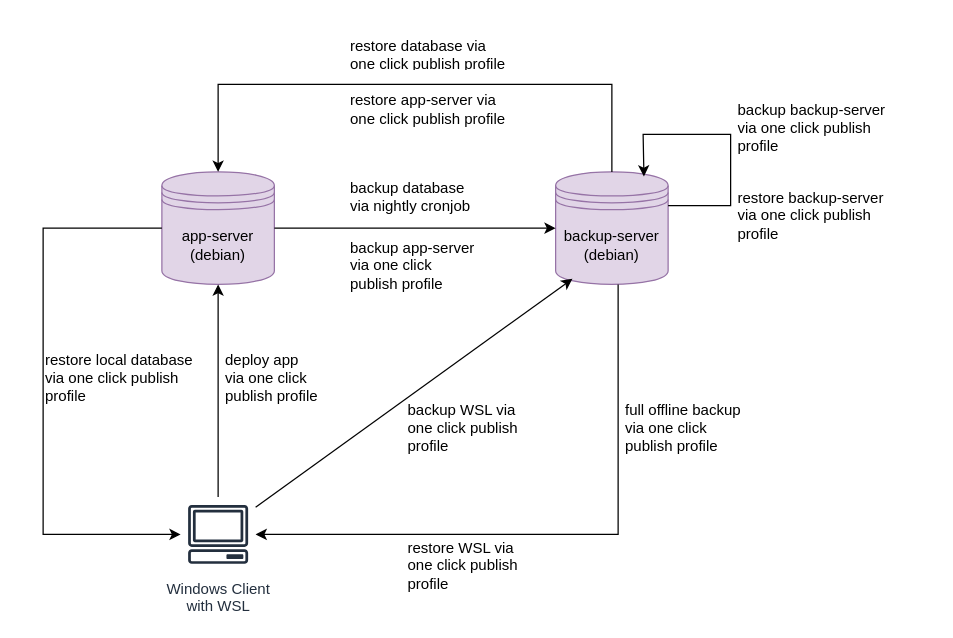
Before: page "server-setup" (5 of 5) of _images/architecture.drawio in gartenkralle/geolocation-services-doc, a draw.io diagram. Source tidied: cells renumbered, new cells numbered last; positions are measured from the earlier drawing's top-left corner, leaving out a move shared by most shapes. Both pictures are drawn from the tidied source at 125%, with x=0, y=0 at pixel (42, 34).
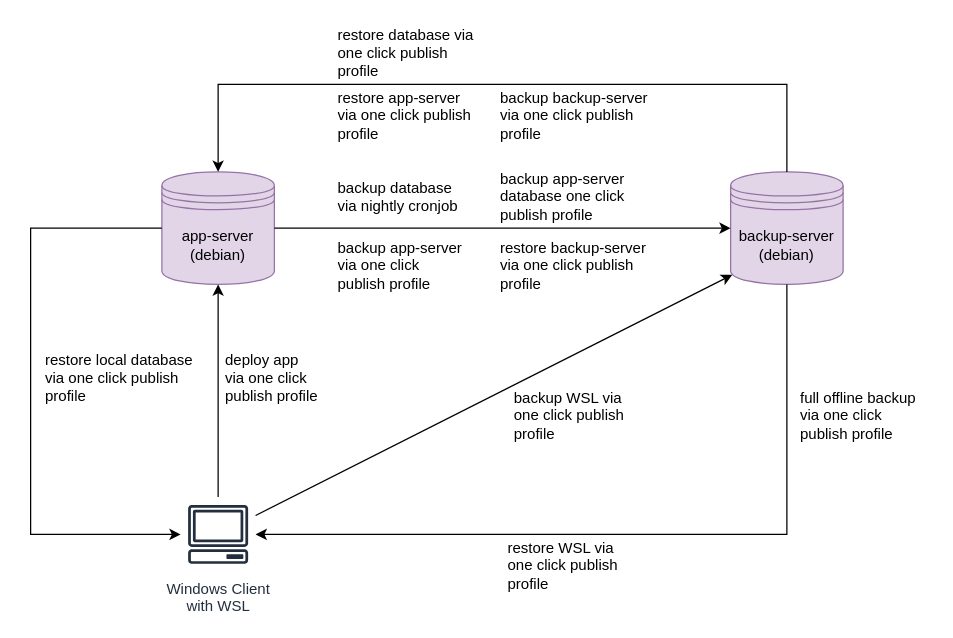
The same diagram, later.

The change refers to these unchanged cells:
```xml
<mxCell id="2" value="app-server (debian)" style="shape=datastore;whiteSpace=wrap;html=1;fillColor=#e1d5e7;strokeColor=#9673a6;" parent="1" vertex="1">
  <mxGeometry x="95" y="110" width="90" height="90" as="geometry" />
</mxCell>
<mxCell id="4" value="Windows Client&lt;div&gt;with&lt;span style=&quot;background-color: initial;&quot;&gt;&amp;nbsp;WSL&lt;/span&gt;&lt;/div&gt;" style="sketch=0;outlineConnect=0;fontColor=#232F3E;gradientColor=none;strokeColor=#232F3E;fillColor=#ffffff;dashed=0;verticalLabelPosition=bottom;verticalAlign=top;align=center;html=1;fontSize=12;fontStyle=0;shape=mxgraph.aws4.resourceIcon;resIcon=mxgraph.aws4.client;" parent="1" vertex="1">
  <mxGeometry x="110" y="370" width="60" height="60" as="geometry" />
</mxCell>
```

The edit, as a diff of the source:
```diff
@@
     <mxCell id="3" value="backup-server (debian)" style="shape=datastore;whiteSpace=wrap;html=1;labelBackgroundColor=none;fillColor=#e1d5e7;strokeColor=#9673a6;" parent="1" vertex="1">
-      <mxGeometry x="410" y="110" width="90" height="90" as="geometry" />
+      <mxGeometry x="550" y="110" width="90" height="90" as="geometry" />
     </mxCell>
@@
-    <mxCell id="7" style="endArrow=classic;html=1;rounded=0;entryX=0.15;entryY=0.95;entryDx=0;entryDy=0;entryPerimeter=0;" parent="1" edge="1" source="4" target="3">
+    <mxCell id="7" style="endArrow=classic;html=1;rounded=0;entryX=0.015;entryY=0.915;entryDx=0;entryDy=0;entryPerimeter=0;" parent="1" edge="1" source="4" target="3">
       <mxGeometry relative="1" as="geometry" />
     </mxCell>
-    <mxCell id="8" style="endArrow=classic;html=1;rounded=0;" parent="1" edge="1" target="4">
+    <mxCell id="8" style="endArrow=classic;html=1;rounded=0;exitX=0.5;exitY=1;exitDx=0;exitDy=0;" parent="1" edge="1" source="3" target="4">
       <mxGeometry relative="1" as="geometry">
-        <mxPoint x="460" y="200" as="sourcePoint" />
         <Array as="points">
-          <mxPoint x="460" y="400" />
+          <mxPoint x="595" y="400" />
         </Array>
       </mxGeometry>
     </mxCell>
@@
     <mxCell id="10" value="backup database via nightly cronjob" style="text;strokeColor=none;fillColor=none;align=left;verticalAlign=middle;spacingLeft=4;spacingRight=4;overflow=hidden;whiteSpace=wrap;html=1;" parent="1" vertex="1">
-      <mxGeometry x="240" y="110" width="110" height="40" as="geometry" />
+      <mxGeometry x="230" y="110" width="110" height="40" as="geometry" />
     </mxCell>
     <mxCell id="11" value="restore WSL via one click publish profile" style="text;html=1;align=left;verticalAlign=middle;whiteSpace=wrap;rounded=0;" parent="1" vertex="1">
-      <mxGeometry x="290" y="410" width="110" height="30" as="geometry" />
+      <mxGeometry x="370" y="410" width="110" height="30" as="geometry" />
     </mxCell>
     <mxCell id="12" value="backup WSL via one click publish profile" style="text;html=1;align=left;verticalAlign=middle;whiteSpace=wrap;rounded=0;" parent="1" vertex="1">
-      <mxGeometry x="290" y="300" width="110" height="30" as="geometry" />
+      <mxGeometry x="375" y="290" width="110" height="30" as="geometry" />
     </mxCell>
@@
     <mxCell id="14" style="endArrow=classic;html=1;rounded=0;entryX=0.5;entryY=0;entryDx=0;entryDy=0;exitX=0.5;exitY=0;exitDx=0;exitDy=0;" parent="1" edge="1" source="3" target="2">
       <mxGeometry relative="1" as="geometry">
         <Array as="points">
+          <mxPoint x="595" y="40" />
           <mxPoint x="455" y="40" />
           <mxPoint x="140" y="40" />
         </Array>
       </mxGeometry>
     </mxCell>
     <mxCell id="15" value="restore app-server via one click publish profile" style="text;strokeColor=none;fillColor=none;align=left;verticalAlign=middle;spacingLeft=4;spacingRight=4;overflow=hidden;whiteSpace=wrap;html=1;" parent="1" vertex="1">
-      <mxGeometry x="240" y="40" width="140" height="40" as="geometry" />
+      <mxGeometry x="230" y="40" width="120" height="50" as="geometry" />
     </mxCell>
-    <mxCell id="16" style="endArrow=classic;html=1;rounded=0;entryX=0.785;entryY=0.041;entryDx=0;entryDy=0;entryPerimeter=0;exitX=1;exitY=0.3;exitDx=0;exitDy=0;" parent="1" edge="1" source="3" target="3">
-      <mxGeometry relative="1" as="geometry">
-        <Array as="points">
-          <mxPoint x="550" y="137" />
-          <mxPoint x="550" y="110" />
-          <mxPoint x="550" y="80" />
-          <mxPoint x="480" y="80" />
-        </Array>
-      </mxGeometry>
-    </mxCell>
     <mxCell id="17" value="backup backup-server&amp;nbsp;&lt;div&gt;&lt;span style=&quot;background-color: initial;&quot;&gt;via one click publish profile&lt;/span&gt;&lt;/div&gt;" style="text;strokeColor=none;fillColor=none;align=left;verticalAlign=middle;spacingLeft=4;spacingRight=4;overflow=hidden;whiteSpace=wrap;html=1;" parent="1" vertex="1">
-      <mxGeometry x="550" y="50" width="140" height="50" as="geometry" />
+      <mxGeometry x="360" y="40" width="140" height="50" as="geometry" />
     </mxCell>
     <mxCell id="18" style="endArrow=classic;html=1;rounded=0;exitX=0;exitY=0.5;exitDx=0;exitDy=0;" parent="1" edge="1" source="2" target="4">
       <mxGeometry relative="1" as="geometry">
         <Array as="points">
-          <mxPoint y="155" />
-          <mxPoint y="400" />
+          <mxPoint x="-10" y="155" />
+          <mxPoint x="-10" y="400" />
         </Array>
       </mxGeometry>
     </mxCell>
     <mxCell id="19" value="backup app-server via one click publish profile" style="text;strokeColor=none;fillColor=none;align=left;verticalAlign=middle;spacingLeft=4;spacingRight=4;overflow=hidden;whiteSpace=wrap;html=1;" parent="1" vertex="1">
-      <mxGeometry x="240" y="160" width="110" height="50" as="geometry" />
+      <mxGeometry x="230" y="160" width="110" height="50" as="geometry" />
     </mxCell>
     <mxCell id="20" value="restore database via one click publish profile" style="text;strokeColor=none;fillColor=none;align=left;verticalAlign=middle;spacingLeft=4;spacingRight=4;overflow=hidden;whiteSpace=wrap;html=1;" parent="1" vertex="1">
-      <mxGeometry x="240" width="140" height="30" as="geometry" />
+      <mxGeometry x="230" y="-10" width="130" height="50" as="geometry" />
     </mxCell>
     <mxCell id="21" value="restore backup-server&amp;nbsp;&lt;div&gt;&lt;span style=&quot;background-color: initial;&quot;&gt;via one click publish profile&lt;/span&gt;&lt;/div&gt;" style="text;strokeColor=none;fillColor=none;align=left;verticalAlign=middle;spacingLeft=4;spacingRight=4;overflow=hidden;whiteSpace=wrap;html=1;" parent="1" vertex="1">
-      <mxGeometry x="550" y="120" width="140" height="50" as="geometry" />
+      <mxGeometry x="360" y="160" width="140" height="50" as="geometry" />
     </mxCell>
     <mxCell id="22" value="full offline backup via one click publish profile" style="text;strokeColor=none;fillColor=none;align=left;verticalAlign=middle;spacingLeft=4;spacingRight=4;overflow=hidden;whiteSpace=wrap;html=1;" parent="1" vertex="1">
-      <mxGeometry x="460" y="285" width="110" height="60" as="geometry" />
+      <mxGeometry x="600" y="275" width="110" height="60" as="geometry" />
     </mxCell>
+    <mxCell id="23" value="backup app-server database one click publish profile" style="text;strokeColor=none;fillColor=none;align=left;verticalAlign=middle;spacingLeft=4;spacingRight=4;overflow=hidden;whiteSpace=wrap;html=1;" parent="1" vertex="1">
+      <mxGeometry x="360" y="105" width="110" height="50" as="geometry" />
+    </mxCell>
```
